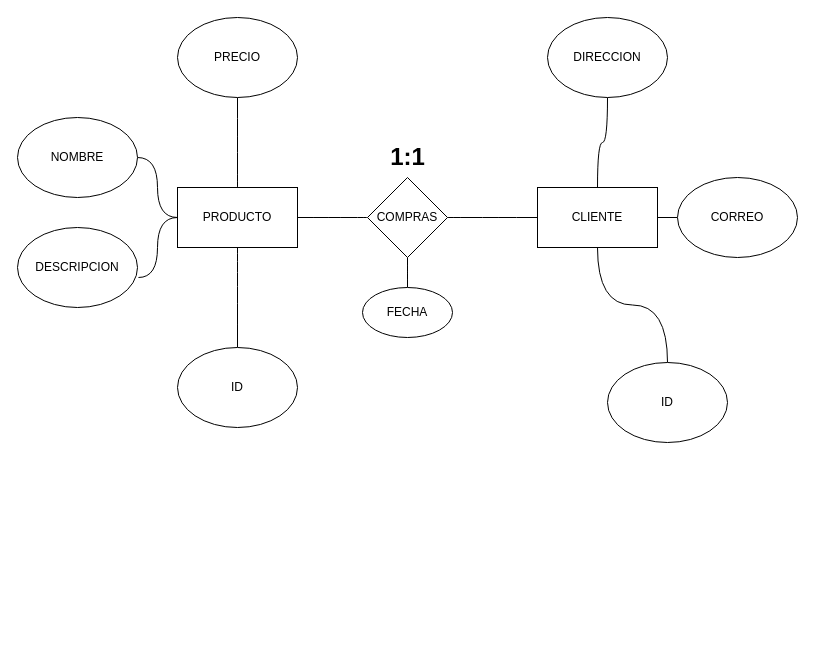
Above: page "Ejemplo 2" (3 of 4) of Relacion_entidad.io.drawio in leoandyaz/Base-de-datos (draw.io), before the change. Source tidied: cells renumbered, new cells numbered last; positions are measured from the earlier drawing's top-left corner, leaving out a move shared by most shapes. Both pictures are drawn from the tidied source at 100%, with x=0, y=0 at pixel (17, 17).
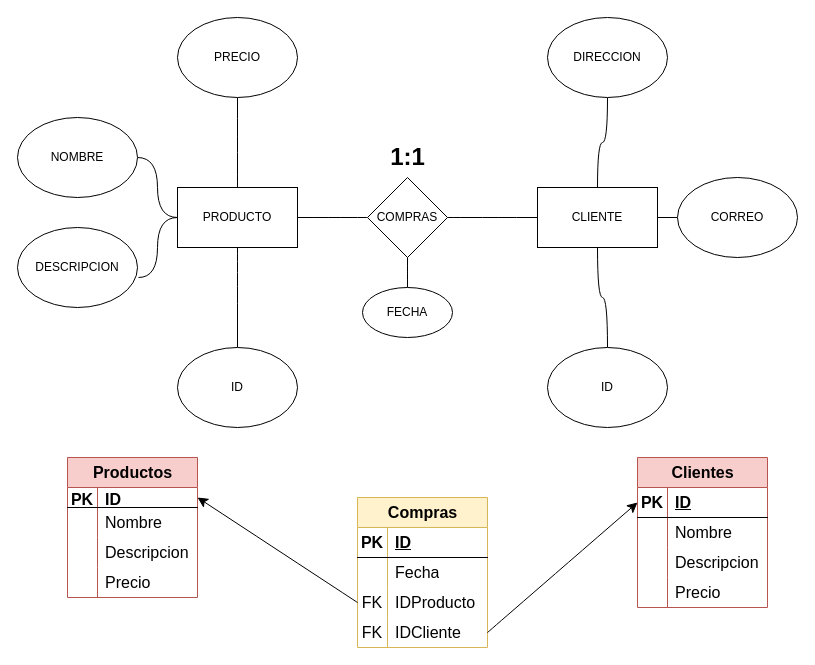
Above is the later version.

The edit, as a diff of the source:
```diff
@@
     <mxCell id="21" value="ID" style="ellipse;whiteSpace=wrap;html=1;" parent="1" vertex="1">
-      <mxGeometry x="590" y="345" width="120" height="80" as="geometry" />
+      <mxGeometry x="530" y="330" width="120" height="80" as="geometry" />
     </mxCell>
@@
+    <mxCell id="24" value="Productos" style="shape=table;startSize=30;childLayout=tableLayout;rowLines=0;fontStyle=1;align=center;html=1;fontSize=16;fillColor=#f8cecc;strokeColor=#b85450;" parent="1" vertex="1">
+      <mxGeometry x="50" y="440" width="130" height="140" as="geometry" />
+    </mxCell>
+    <mxCell id="25" style="shape=tableRow;horizontal=0;startSize=0;swimlaneHead=0;swimlaneBody=0;fillColor=none;points=[[0,0.5],[1,0.5]];portConstraint=eastwest;top=0;left=0;right=0;bottom=1;fontSize=16;" parent="24" vertex="1">
+      <mxGeometry y="30" width="130" height="20" as="geometry" />
+    </mxCell>
+    <mxCell id="26" value="PK" style="shape=partialRectangle;fillColor=none;top=0;left=0;bottom=0;right=0;fontStyle=1;overflow=hidden;whiteSpace=wrap;html=1;fontSize=16;" parent="25" vertex="1">
+      <mxGeometry width="30" height="20" as="geometry" />
+    </mxCell>
+    <mxCell id="27" value="ID" style="shape=partialRectangle;fillColor=none;top=0;left=0;bottom=0;right=0;align=left;spacingLeft=6;fontStyle=5;overflow=hidden;whiteSpace=wrap;html=1;fontSize=16;" parent="25" vertex="1">
+      <mxGeometry x="30" width="100" height="20" as="geometry" />
+    </mxCell>
+    <mxCell id="28" style="shape=tableRow;horizontal=0;startSize=0;swimlaneHead=0;swimlaneBody=0;fillColor=none;top=0;left=0;right=0;bottom=0;fontSize=16;" parent="24" vertex="1">
+      <mxGeometry y="50" width="130" height="30" as="geometry" />
+    </mxCell>
+    <mxCell id="29" style="shape=partialRectangle;fillColor=none;top=0;left=0;bottom=0;right=0;overflow=hidden;whiteSpace=wrap;html=1;fontSize=16;" parent="28" vertex="1">
+      <mxGeometry width="30" height="30" as="geometry" />
+    </mxCell>
+    <mxCell id="30" value="Nombre&lt;span style=&quot;white-space: pre;&quot;&gt;&#9;&lt;/span&gt;" style="shape=partialRectangle;fillColor=none;top=0;left=0;bottom=0;right=0;align=left;spacingLeft=6;overflow=hidden;whiteSpace=wrap;html=1;fontSize=16;" parent="28" vertex="1">
+      <mxGeometry x="30" width="100" height="30" as="geometry" />
+    </mxCell>
+    <mxCell id="31" style="shape=tableRow;horizontal=0;startSize=0;swimlaneHead=0;swimlaneBody=0;fillColor=none;top=0;left=0;right=0;bottom=0;fontSize=16;" parent="24" vertex="1">
+      <mxGeometry y="80" width="130" height="30" as="geometry" />
+    </mxCell>
+    <mxCell id="32" style="shape=partialRectangle;fillColor=none;top=0;left=0;bottom=0;right=0;overflow=hidden;whiteSpace=wrap;html=1;fontSize=16;" parent="31" vertex="1">
+      <mxGeometry width="30" height="30" as="geometry" />
+    </mxCell>
+    <mxCell id="33" value="Descripcion" style="shape=partialRectangle;fillColor=none;top=0;left=0;bottom=0;right=0;align=left;spacingLeft=6;overflow=hidden;whiteSpace=wrap;html=1;fontSize=16;" parent="31" vertex="1">
+      <mxGeometry x="30" width="100" height="30" as="geometry" />
+    </mxCell>
+    <mxCell id="34" style="shape=tableRow;horizontal=0;startSize=0;swimlaneHead=0;swimlaneBody=0;fillColor=none;top=0;left=0;right=0;bottom=0;fontSize=16;" parent="24" vertex="1">
+      <mxGeometry y="110" width="130" height="30" as="geometry" />
+    </mxCell>
+    <mxCell id="35" style="shape=partialRectangle;fillColor=none;top=0;left=0;bottom=0;right=0;overflow=hidden;whiteSpace=wrap;html=1;fontSize=16;" parent="34" vertex="1">
+      <mxGeometry width="30" height="30" as="geometry" />
+    </mxCell>
+    <mxCell id="36" value="Precio" style="shape=partialRectangle;fillColor=none;top=0;left=0;bottom=0;right=0;align=left;spacingLeft=6;overflow=hidden;whiteSpace=wrap;html=1;fontSize=16;" parent="34" vertex="1">
+      <mxGeometry x="30" width="100" height="30" as="geometry" />
+    </mxCell>
+    <mxCell id="37" value="Clientes" style="shape=table;startSize=30;childLayout=tableLayout;rowLines=0;fontStyle=1;align=center;html=1;fontSize=16;fillColor=#f8cecc;strokeColor=#b85450;" parent="1" vertex="1">
+      <mxGeometry x="620" y="440" width="130" height="150" as="geometry" />
+    </mxCell>
+    <mxCell id="38" style="shape=tableRow;horizontal=0;startSize=0;swimlaneHead=0;swimlaneBody=0;fillColor=none;points=[[0,0.5],[1,0.5]];portConstraint=eastwest;top=0;left=0;right=0;bottom=1;fontSize=16;" parent="37" vertex="1">
+      <mxGeometry y="30" width="130" height="30" as="geometry" />
+    </mxCell>
+    <mxCell id="39" value="PK" style="shape=partialRectangle;fillColor=none;top=0;left=0;bottom=0;right=0;fontStyle=1;overflow=hidden;whiteSpace=wrap;html=1;fontSize=16;" parent="38" vertex="1">
+      <mxGeometry width="30" height="30" as="geometry" />
+    </mxCell>
+    <mxCell id="40" value="ID" style="shape=partialRectangle;fillColor=none;top=0;left=0;bottom=0;right=0;align=left;spacingLeft=6;fontStyle=5;overflow=hidden;whiteSpace=wrap;html=1;fontSize=16;" parent="38" vertex="1">
+      <mxGeometry x="30" width="100" height="30" as="geometry" />
+    </mxCell>
+    <mxCell id="41" style="shape=tableRow;horizontal=0;startSize=0;swimlaneHead=0;swimlaneBody=0;fillColor=none;top=0;left=0;right=0;bottom=0;fontSize=16;" parent="37" vertex="1">
+      <mxGeometry y="60" width="130" height="30" as="geometry" />
+    </mxCell>
+    <mxCell id="42" style="shape=partialRectangle;fillColor=none;top=0;left=0;bottom=0;right=0;overflow=hidden;whiteSpace=wrap;html=1;fontSize=16;" parent="41" vertex="1">
+      <mxGeometry width="30" height="30" as="geometry" />
+    </mxCell>
+    <mxCell id="43" value="Nombre&lt;span style=&quot;white-space: pre;&quot;&gt;&#9;&lt;/span&gt;" style="shape=partialRectangle;fillColor=none;top=0;left=0;bottom=0;right=0;align=left;spacingLeft=6;overflow=hidden;whiteSpace=wrap;html=1;fontSize=16;" parent="41" vertex="1">
+      <mxGeometry x="30" width="100" height="30" as="geometry" />
+    </mxCell>
+    <mxCell id="44" style="shape=tableRow;horizontal=0;startSize=0;swimlaneHead=0;swimlaneBody=0;fillColor=none;top=0;left=0;right=0;bottom=0;fontSize=16;" parent="37" vertex="1">
+      <mxGeometry y="90" width="130" height="30" as="geometry" />
+    </mxCell>
+    <mxCell id="45" style="shape=partialRectangle;fillColor=none;top=0;left=0;bottom=0;right=0;overflow=hidden;whiteSpace=wrap;html=1;fontSize=16;" parent="44" vertex="1">
+      <mxGeometry width="30" height="30" as="geometry" />
+    </mxCell>
+    <mxCell id="46" value="Descripcion" style="shape=partialRectangle;fillColor=none;top=0;left=0;bottom=0;right=0;align=left;spacingLeft=6;overflow=hidden;whiteSpace=wrap;html=1;fontSize=16;" parent="44" vertex="1">
+      <mxGeometry x="30" width="100" height="30" as="geometry" />
+    </mxCell>
+    <mxCell id="47" style="shape=tableRow;horizontal=0;startSize=0;swimlaneHead=0;swimlaneBody=0;fillColor=none;top=0;left=0;right=0;bottom=0;fontSize=16;" parent="37" vertex="1">
+      <mxGeometry y="120" width="130" height="30" as="geometry" />
+    </mxCell>
+    <mxCell id="48" style="shape=partialRectangle;fillColor=none;top=0;left=0;bottom=0;right=0;overflow=hidden;whiteSpace=wrap;html=1;fontSize=16;" parent="47" vertex="1">
+      <mxGeometry width="30" height="30" as="geometry" />
+    </mxCell>
+    <mxCell id="49" value="Precio" style="shape=partialRectangle;fillColor=none;top=0;left=0;bottom=0;right=0;align=left;spacingLeft=6;overflow=hidden;whiteSpace=wrap;html=1;fontSize=16;" parent="47" vertex="1">
+      <mxGeometry x="30" width="100" height="30" as="geometry" />
+    </mxCell>
+    <mxCell id="50" value="Compras" style="shape=table;startSize=30;childLayout=tableLayout;rowLines=0;fontStyle=1;align=center;html=1;fontSize=16;fillColor=#fff2cc;strokeColor=#d6b656;" parent="1" vertex="1">
+      <mxGeometry x="340" y="480" width="130" height="150" as="geometry" />
+    </mxCell>
+    <mxCell id="51" style="shape=tableRow;horizontal=0;startSize=0;swimlaneHead=0;swimlaneBody=0;fillColor=none;top=0;left=0;right=0;bottom=1;fontSize=16;" parent="50" vertex="1">
+      <mxGeometry y="30" width="130" height="30" as="geometry" />
+    </mxCell>
+    <mxCell id="52" value="PK" style="shape=partialRectangle;fillColor=none;top=0;left=0;bottom=0;right=0;fontStyle=1;overflow=hidden;whiteSpace=wrap;html=1;fontSize=16;" parent="51" vertex="1">
+      <mxGeometry width="30" height="30" as="geometry" />
+    </mxCell>
+    <mxCell id="53" value="ID" style="shape=partialRectangle;fillColor=none;top=0;left=0;bottom=0;right=0;align=left;spacingLeft=6;fontStyle=5;overflow=hidden;whiteSpace=wrap;html=1;fontSize=16;" parent="51" vertex="1">
+      <mxGeometry x="30" width="100" height="30" as="geometry" />
+    </mxCell>
+    <mxCell id="54" style="shape=tableRow;horizontal=0;startSize=0;swimlaneHead=0;swimlaneBody=0;fillColor=none;top=0;left=0;right=0;bottom=0;fontSize=16;" parent="50" vertex="1">
+      <mxGeometry y="60" width="130" height="30" as="geometry" />
+    </mxCell>
+    <mxCell id="55" style="shape=partialRectangle;fillColor=none;top=0;left=0;bottom=0;right=0;overflow=hidden;whiteSpace=wrap;html=1;fontSize=16;" parent="54" vertex="1">
+      <mxGeometry width="30" height="30" as="geometry" />
+    </mxCell>
+    <mxCell id="56" value="Fecha" style="shape=partialRectangle;fillColor=none;top=0;left=0;bottom=0;right=0;align=left;spacingLeft=6;overflow=hidden;whiteSpace=wrap;html=1;fontSize=16;" parent="54" vertex="1">
+      <mxGeometry x="30" width="100" height="30" as="geometry" />
+    </mxCell>
+    <mxCell id="57" style="shape=tableRow;horizontal=0;startSize=0;swimlaneHead=0;swimlaneBody=0;fillColor=none;points=[[0,0.5],[1,0.5]];portConstraint=eastwest;top=0;left=0;right=0;bottom=0;fontSize=16;" parent="50" vertex="1">
+      <mxGeometry y="90" width="130" height="30" as="geometry" />
+    </mxCell>
+    <mxCell id="58" value="FK" style="shape=partialRectangle;fillColor=none;top=0;left=0;bottom=0;right=0;overflow=hidden;whiteSpace=wrap;html=1;fontSize=16;" parent="57" vertex="1">
+      <mxGeometry width="30" height="30" as="geometry" />
+    </mxCell>
+    <mxCell id="59" value="IDProducto" style="shape=partialRectangle;fillColor=none;top=0;left=0;bottom=0;right=0;align=left;spacingLeft=6;overflow=hidden;whiteSpace=wrap;html=1;fontSize=16;" parent="57" vertex="1">
+      <mxGeometry x="30" width="100" height="30" as="geometry" />
+    </mxCell>
+    <mxCell id="60" style="shape=tableRow;horizontal=0;startSize=0;swimlaneHead=0;swimlaneBody=0;fillColor=none;points=[[0,0.5],[1,0.5]];portConstraint=eastwest;top=0;left=0;right=0;bottom=0;fontSize=16;" parent="50" vertex="1">
+      <mxGeometry y="120" width="130" height="30" as="geometry" />
+    </mxCell>
+    <mxCell id="61" value="FK" style="shape=partialRectangle;fillColor=none;top=0;left=0;bottom=0;right=0;overflow=hidden;whiteSpace=wrap;html=1;fontSize=16;" parent="60" vertex="1">
+      <mxGeometry width="30" height="30" as="geometry" />
+    </mxCell>
+    <mxCell id="62" value="IDCliente" style="shape=partialRectangle;fillColor=none;top=0;left=0;bottom=0;right=0;align=left;spacingLeft=6;overflow=hidden;whiteSpace=wrap;html=1;fontSize=16;" parent="60" vertex="1">
+      <mxGeometry x="30" width="100" height="30" as="geometry" />
+    </mxCell>
+    <mxCell id="63" style="edgeStyle=none;curved=1;rounded=0;jettySize=auto;html=1;entryX=1;entryY=0.5;entryDx=0;entryDy=0;fontSize=12;startSize=8;endSize=8;exitX=0;exitY=0.5;exitDx=0;exitDy=0;" parent="1" edge="1" source="57" target="25">
+      <mxGeometry relative="1" as="geometry" />
+    </mxCell>
+    <mxCell id="64" style="edgeStyle=none;curved=1;rounded=0;jettySize=auto;html=1;exitX=1;exitY=0.5;exitDx=0;exitDy=0;entryX=0;entryY=0.5;entryDx=0;entryDy=0;fontSize=12;startSize=8;endSize=8;" parent="1" edge="1" source="60" target="38">
+      <mxGeometry relative="1" as="geometry" />
+    </mxCell>
```
